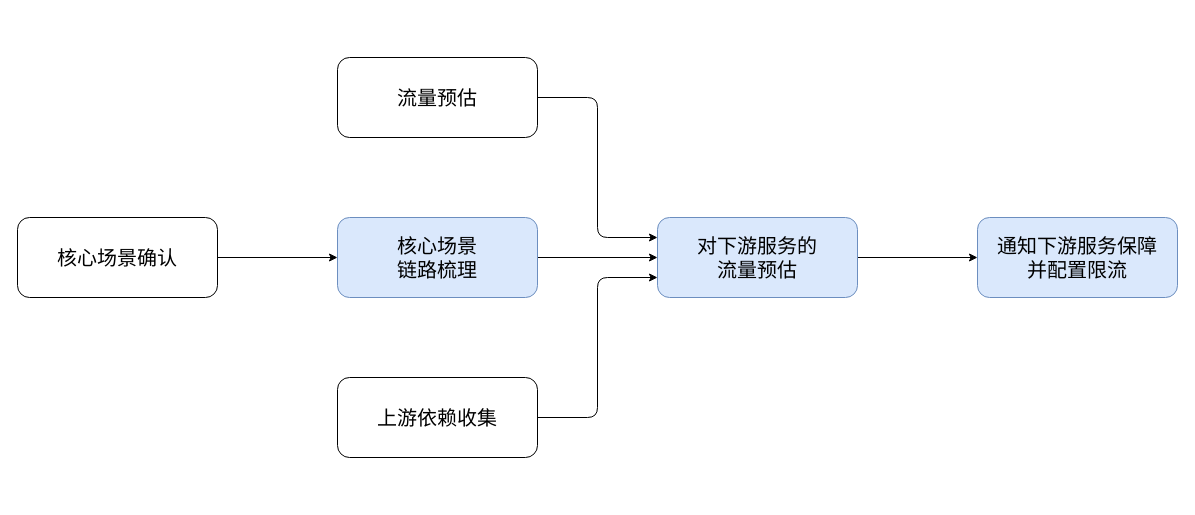
The draw.io diagram 容量规划-流量预估.drawio in GeekKwok/UML, before the edit. Source tidied: cells renumbered, new cells numbered last; positions are measured from the earlier drawing's top-left corner, leaving out a move shared by most shapes. Both pictures are drawn from the tidied source at 100%, with x=0, y=0 at pixel (17, 57).
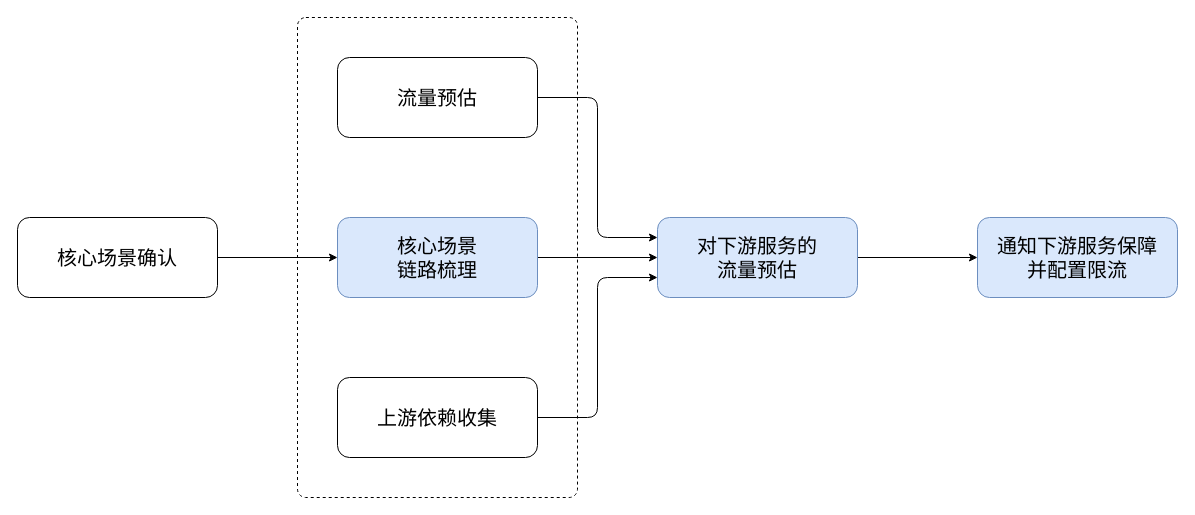
Above is the later version.

Commit message (it also covers changes not shown here):
Update 容量规划-流量预估.drawio

The edit, as a diff of the source:
```diff
@@
 <mxGraphModel>
   <root>
     <mxCell id="0" />
     <mxCell id="1" parent="0" />
+    <mxCell id="13" style="rounded=1;whiteSpace=wrap;html=1;dashed=1;arcSize=3;" parent="1" vertex="1">
+      <mxGeometry x="280" y="-40" width="280" height="480" as="geometry" />
+    </mxCell>
     <mxCell id="2" style="edgeStyle=orthogonalEdgeStyle;rounded=0;jettySize=auto;html=1;exitX=1;exitY=0.5;exitDx=0;exitDy=0;" parent="1" edge="1" source="3" target="5">
       <mxGeometry relative="1" as="geometry" />
     </mxCell>
     <mxCell id="3" value="&lt;font style=&quot;font-size: 20px&quot;&gt;核心场景确认&lt;/font&gt;" style="rounded=1;whiteSpace=wrap;html=1;" parent="1" vertex="1">
       <mxGeometry y="160" width="200" height="80" as="geometry" />
     </mxCell>
     <mxCell id="4" style="edgeStyle=orthogonalEdgeStyle;rounded=0;jettySize=auto;html=1;exitX=1;exitY=0.5;exitDx=0;exitDy=0;entryX=0;entryY=0.5;entryDx=0;entryDy=0;" parent="1" edge="1" source="5" target="7">
       <mxGeometry relative="1" as="geometry" />
     </mxCell>
     <mxCell id="5" value="&lt;font style=&quot;font-size: 20px&quot;&gt;核心场景&lt;br&gt;链路梳理&lt;br&gt;&lt;/font&gt;" style="rounded=1;whiteSpace=wrap;html=1;fillColor=#dae8fc;strokeColor=#6c8ebf;" parent="1" vertex="1">
       <mxGeometry x="320" y="160" width="200" height="80" as="geometry" />
     </mxCell>
     <mxCell id="6" style="edgeStyle=orthogonalEdgeStyle;rounded=0;jettySize=auto;html=1;exitX=1;exitY=0.5;exitDx=0;exitDy=0;entryX=0;entryY=0.5;entryDx=0;entryDy=0;" parent="1" edge="1" source="7" target="8">
       <mxGeometry relative="1" as="geometry" />
     </mxCell>
     <mxCell id="7" value="&lt;font style=&quot;font-size: 20px&quot;&gt;对下游服务的&lt;br&gt;流量预估&lt;br&gt;&lt;/font&gt;" style="rounded=1;whiteSpace=wrap;html=1;fillColor=#dae8fc;strokeColor=#6c8ebf;" parent="1" vertex="1">
       <mxGeometry x="640" y="160" width="200" height="80" as="geometry" />
     </mxCell>
     <mxCell id="8" value="&lt;font style=&quot;font-size: 20px&quot;&gt;通知下游服务保障&lt;br&gt;并配置限流&lt;br&gt;&lt;/font&gt;" style="rounded=1;whiteSpace=wrap;html=1;fillColor=#dae8fc;strokeColor=#6c8ebf;" parent="1" vertex="1">
       <mxGeometry x="960" y="160" width="200" height="80" as="geometry" />
     </mxCell>
     <mxCell id="9" style="edgeStyle=orthogonalEdgeStyle;rounded=1;jettySize=auto;html=1;exitX=1;exitY=0.5;exitDx=0;exitDy=0;entryX=0;entryY=0.25;entryDx=0;entryDy=0;" parent="1" edge="1" source="10" target="7">
       <mxGeometry relative="1" as="geometry" />
     </mxCell>
     <mxCell id="10" value="&lt;font style=&quot;font-size: 20px&quot;&gt;流量预估&lt;/font&gt;" style="rounded=1;whiteSpace=wrap;html=1;" parent="1" vertex="1">
       <mxGeometry x="320" width="200" height="80" as="geometry" />
     </mxCell>
     <mxCell id="11" style="edgeStyle=orthogonalEdgeStyle;rounded=1;jettySize=auto;html=1;exitX=1;exitY=0.5;exitDx=0;exitDy=0;entryX=0;entryY=0.75;entryDx=0;entryDy=0;" parent="1" edge="1" source="12" target="7">
       <mxGeometry relative="1" as="geometry" />
     </mxCell>
     <mxCell id="12" value="&lt;font style=&quot;font-size: 20px&quot;&gt;上游依赖收集&lt;/font&gt;" style="rounded=1;whiteSpace=wrap;html=1;" parent="1" vertex="1">
       <mxGeometry x="320" y="320" width="200" height="80" as="geometry" />
     </mxCell>
   </root>
 </mxGraphModel>
```
